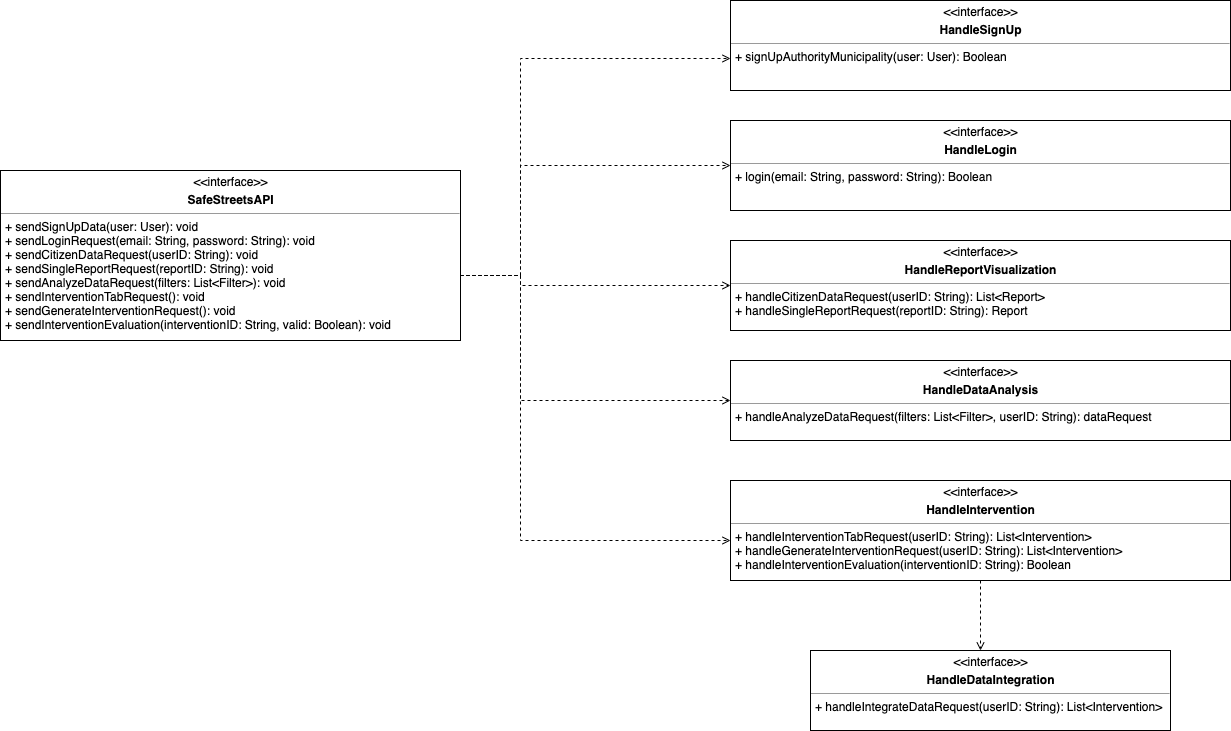
The draw.io diagram Documentation/DD/Images/MunicipalityComponentInterfaces.png in AndreaFalanti/FalantiHuang-SwEngineering2, before a commit. Source tidied: cells renumbered, new cells last; positions are measured from the earlier drawing's top-left corner, leaving out a move shared by most shapes. The source it was exported from:
```xml
<mxGraphModel background="#ffffff">
  <root>
    <mxCell id="0" />
    <mxCell id="1" parent="0" />
    <mxCell id="2" style="edgeStyle=orthogonalEdgeStyle;rounded=0;jettySize=auto;html=1;entryX=0;entryY=0.648;entryDx=0;entryDy=0;entryPerimeter=0;dashed=1;endArrow=open;endFill=0;" parent="1" edge="1" source="7" target="13">
      <mxGeometry relative="1" as="geometry">
        <Array as="points">
          <mxPoint x="520" y="275" />
          <mxPoint x="520" y="58" />
        </Array>
      </mxGeometry>
    </mxCell>
    <mxCell id="3" style="edgeStyle=orthogonalEdgeStyle;rounded=0;jettySize=auto;html=1;entryX=0;entryY=0.5;entryDx=0;entryDy=0;dashed=1;endArrow=open;endFill=0;" parent="1" edge="1" source="7" target="14">
      <mxGeometry relative="1" as="geometry">
        <Array as="points">
          <mxPoint x="520" y="275" />
          <mxPoint x="520" y="165" />
        </Array>
      </mxGeometry>
    </mxCell>
    <mxCell id="4" style="edgeStyle=orthogonalEdgeStyle;rounded=0;jettySize=auto;html=1;entryX=0;entryY=0.5;entryDx=0;entryDy=0;dashed=1;endArrow=open;endFill=0;" parent="1" edge="1" source="7" target="10">
      <mxGeometry relative="1" as="geometry">
        <Array as="points">
          <mxPoint x="520" y="275" />
          <mxPoint x="520" y="285" />
        </Array>
      </mxGeometry>
    </mxCell>
    <mxCell id="5" style="edgeStyle=orthogonalEdgeStyle;rounded=0;jettySize=auto;html=1;entryX=0;entryY=0.5;entryDx=0;entryDy=0;dashed=1;endArrow=open;endFill=0;" parent="1" edge="1" source="7" target="11">
      <mxGeometry relative="1" as="geometry">
        <Array as="points">
          <mxPoint x="520" y="275" />
          <mxPoint x="520" y="400" />
        </Array>
      </mxGeometry>
    </mxCell>
    <mxCell id="6" style="edgeStyle=orthogonalEdgeStyle;rounded=0;jettySize=auto;html=1;dashed=1;endArrow=open;endFill=0;" parent="1" edge="1" source="7" target="12">
      <mxGeometry relative="1" as="geometry">
        <Array as="points">
          <mxPoint x="520" y="275" />
          <mxPoint x="520" y="540" />
        </Array>
      </mxGeometry>
    </mxCell>
    <mxCell id="7" value="&lt;p style=&quot;margin: 4px 0px 0px ; text-align: center&quot;&gt;&amp;lt;&amp;lt;interface&amp;gt;&amp;gt;&lt;/p&gt;&lt;p style=&quot;margin: 4px 0px 0px ; text-align: center&quot;&gt;&lt;b&gt;SafeStreetsAPI&lt;/b&gt;&lt;/p&gt;&lt;hr size=&quot;1&quot;&gt;&lt;p style=&quot;margin: 0px ; margin-left: 4px&quot;&gt;&lt;span&gt;+ sendSignUpData(user: User): void&lt;/span&gt;&lt;/p&gt;&lt;p style=&quot;margin: 0px ; margin-left: 4px&quot;&gt;&lt;span&gt;+ sendLoginRequest(email: String, password: String): void&lt;/span&gt;&lt;/p&gt;&lt;p style=&quot;margin: 0px ; margin-left: 4px&quot;&gt;+ sendCitizenDataRequest(userID: String): void&lt;/p&gt;&lt;p style=&quot;margin: 0px ; margin-left: 4px&quot;&gt;+ sendSingleReportRequest(reportID: String): void&lt;/p&gt;&lt;p style=&quot;margin: 0px ; margin-left: 4px&quot;&gt;+ sendAnalyzeDataRequest(filters: List&amp;lt;Filter&amp;gt;): void&lt;/p&gt;&lt;p style=&quot;margin: 0px ; margin-left: 4px&quot;&gt;+ sendInterventionTabRequest(): void&lt;/p&gt;&lt;p style=&quot;margin: 0px ; margin-left: 4px&quot;&gt;+ sendGenerateInterventionRequest(): void&lt;/p&gt;&lt;p style=&quot;margin: 0px ; margin-left: 4px&quot;&gt;+ sendInterventionEvaluation(interventionID: String, valid: Boolean): void&lt;/p&gt;" style="verticalAlign=top;align=left;overflow=fill;fontSize=12;fontFamily=Helvetica;html=1;" parent="1" vertex="1">
      <mxGeometry y="170" width="460" height="170" as="geometry" />
    </mxCell>
    <mxCell id="8" value="&lt;p style=&quot;margin: 4px 0px 0px ; text-align: center&quot;&gt;&amp;lt;&amp;lt;interface&amp;gt;&amp;gt;&lt;/p&gt;&lt;p style=&quot;margin: 4px 0px 0px ; text-align: center&quot;&gt;&lt;b&gt;HandleDataIntegration&lt;/b&gt;&lt;/p&gt;&lt;hr size=&quot;1&quot;&gt;&lt;p style=&quot;margin: 0px 0px 0px 4px&quot;&gt;+ handleIntegrateDataRequest(userID: String): List&amp;lt;Intervention&amp;gt;&lt;/p&gt;&lt;div&gt;&lt;br&gt;&lt;/div&gt;" style="verticalAlign=top;align=left;overflow=fill;fontSize=12;fontFamily=Helvetica;html=1;" parent="1" vertex="1">
      <mxGeometry x="810" y="650" width="360" height="80" as="geometry" />
    </mxCell>
    <mxCell id="9" style="edgeStyle=orthogonalEdgeStyle;rounded=0;jettySize=auto;html=1;dashed=1;endArrow=open;endFill=0;" parent="1" edge="1" source="12" target="8">
      <mxGeometry relative="1" as="geometry">
        <Array as="points">
          <mxPoint x="980" y="630" />
          <mxPoint x="980" y="630" />
        </Array>
      </mxGeometry>
    </mxCell>
    <mxCell id="10" value="&lt;p style=&quot;margin: 4px 0px 0px ; text-align: center&quot;&gt;&amp;lt;&amp;lt;interface&amp;gt;&amp;gt;&lt;/p&gt;&lt;p style=&quot;margin: 4px 0px 0px ; text-align: center&quot;&gt;&lt;b&gt;HandleReportVisualization&lt;/b&gt;&lt;/p&gt;&lt;hr size=&quot;1&quot;&gt;&lt;p style=&quot;margin: 0px ; margin-left: 4px&quot;&gt;&lt;span&gt;+ handleCitizenDataRequest(userID: String): List&amp;lt;Report&amp;gt;&lt;/span&gt;&lt;/p&gt;&lt;p style=&quot;margin: 0px ; margin-left: 4px&quot;&gt;+ handleSingleReportRequest(reportID: String): Report&lt;span&gt;&lt;br&gt;&lt;/span&gt;&lt;/p&gt;" style="verticalAlign=top;align=left;overflow=fill;fontSize=12;fontFamily=Helvetica;html=1;" parent="1" vertex="1">
      <mxGeometry x="730" y="240" width="500" height="90" as="geometry" />
    </mxCell>
    <mxCell id="11" value="&lt;p style=&quot;margin: 4px 0px 0px ; text-align: center&quot;&gt;&amp;lt;&amp;lt;interface&amp;gt;&amp;gt;&lt;/p&gt;&lt;p style=&quot;margin: 4px 0px 0px ; text-align: center&quot;&gt;&lt;b&gt;HandleDataAnalysis&lt;/b&gt;&lt;/p&gt;&lt;hr size=&quot;1&quot;&gt;&lt;p style=&quot;margin: 0px 0px 0px 4px&quot;&gt;+ handleAnalyzeDataRequest(filters: List&amp;lt;Filter&amp;gt;, userID: String): dataRequest&lt;/p&gt;&lt;p style=&quot;margin: 0px ; margin-left: 4px&quot;&gt;&lt;br&gt;&lt;/p&gt;" style="verticalAlign=top;align=left;overflow=fill;fontSize=12;fontFamily=Helvetica;html=1;" parent="1" vertex="1">
      <mxGeometry x="730" y="360" width="500" height="80" as="geometry" />
    </mxCell>
    <mxCell id="12" value="&lt;p style=&quot;margin: 4px 0px 0px ; text-align: center&quot;&gt;&amp;lt;&amp;lt;interface&amp;gt;&amp;gt;&lt;/p&gt;&lt;p style=&quot;margin: 4px 0px 0px ; text-align: center&quot;&gt;&lt;b&gt;HandleIntervention&lt;/b&gt;&lt;/p&gt;&lt;hr size=&quot;1&quot;&gt;&lt;p style=&quot;margin: 0px 0px 0px 4px&quot;&gt;+ handleInterventionTabRequest(userID: String): List&amp;lt;Intervention&amp;gt;&lt;/p&gt;&lt;p style=&quot;margin: 0px 0px 0px 4px&quot;&gt;+ handleGenerateInterventionRequest(userID: String): List&amp;lt;Intervention&amp;gt;&lt;/p&gt;&lt;p style=&quot;margin: 0px 0px 0px 4px&quot;&gt;&lt;span&gt;+ handleInterventionEvaluation(interventionID: String): Boolean&lt;/span&gt;&lt;br&gt;&lt;/p&gt;" style="verticalAlign=top;align=left;overflow=fill;fontSize=12;fontFamily=Helvetica;html=1;" parent="1" vertex="1">
      <mxGeometry x="730" y="480" width="500" height="100" as="geometry" />
    </mxCell>
    <mxCell id="13" value="&lt;p style=&quot;margin: 4px 0px 0px ; text-align: center&quot;&gt;&amp;lt;&amp;lt;interface&amp;gt;&amp;gt;&lt;/p&gt;&lt;p style=&quot;margin: 4px 0px 0px ; text-align: center&quot;&gt;&lt;b&gt;HandleSignUp&lt;/b&gt;&lt;/p&gt;&lt;hr size=&quot;1&quot;&gt;&lt;p style=&quot;margin: 0px ; margin-left: 4px&quot;&gt;&lt;span&gt;+ signUpAuthorityMunicipality(user: User): Boolean&lt;/span&gt;&lt;br&gt;&lt;/p&gt;" style="verticalAlign=top;align=left;overflow=fill;fontSize=12;fontFamily=Helvetica;html=1;" parent="1" vertex="1">
      <mxGeometry x="730" width="500" height="90" as="geometry" />
    </mxCell>
    <mxCell id="14" value="&lt;p style=&quot;margin: 4px 0px 0px ; text-align: center&quot;&gt;&amp;lt;&amp;lt;interface&amp;gt;&amp;gt;&lt;/p&gt;&lt;p style=&quot;margin: 4px 0px 0px ; text-align: center&quot;&gt;&lt;b&gt;HandleLogin&lt;/b&gt;&lt;/p&gt;&lt;hr size=&quot;1&quot;&gt;&lt;p style=&quot;margin: 0px ; margin-left: 4px&quot;&gt;+ login(email: String, password: String): Boolean&lt;/p&gt;" style="verticalAlign=top;align=left;overflow=fill;fontSize=12;fontFamily=Helvetica;html=1;" parent="1" vertex="1">
      <mxGeometry x="730" y="120" width="500" height="90" as="geometry" />
    </mxCell>
  </root>
</mxGraphModel>
```
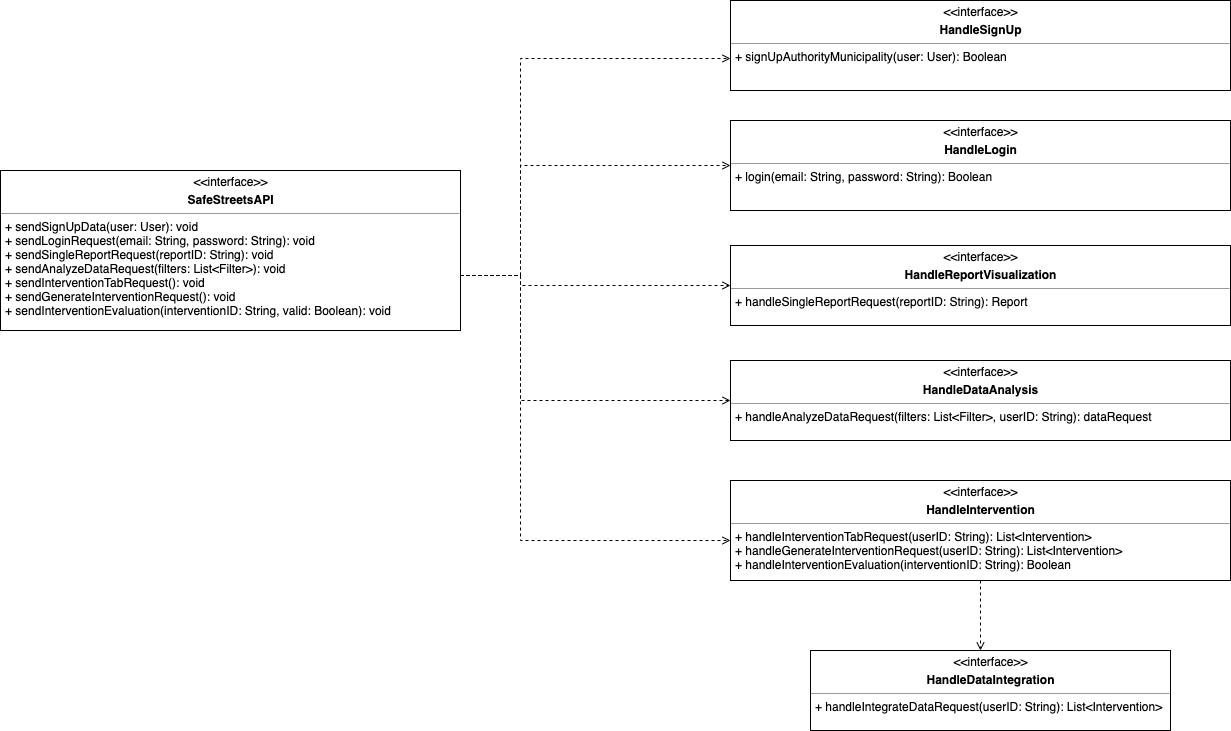
The same file after the commit.

The edit, as a diff of the source:
```diff
@@ -42,8 +42,8 @@
         </Array>
       </mxGeometry>
     </mxCell>
-    <mxCell id="7" value="&lt;p style=&quot;margin: 4px 0px 0px ; text-align: center&quot;&gt;&amp;lt;&amp;lt;interface&amp;gt;&amp;gt;&lt;/p&gt;&lt;p style=&quot;margin: 4px 0px 0px ; text-align: center&quot;&gt;&lt;b&gt;SafeStreetsAPI&lt;/b&gt;&lt;/p&gt;&lt;hr size=&quot;1&quot;&gt;&lt;p style=&quot;margin: 0px ; margin-left: 4px&quot;&gt;&lt;span&gt;+ sendSignUpData(user: User): void&lt;/span&gt;&lt;/p&gt;&lt;p style=&quot;margin: 0px ; margin-left: 4px&quot;&gt;&lt;span&gt;+ sendLoginRequest(email: String, password: String): void&lt;/span&gt;&lt;/p&gt;&lt;p style=&quot;margin: 0px ; margin-left: 4px&quot;&gt;+ sendCitizenDataRequest(userID: String): void&lt;/p&gt;&lt;p style=&quot;margin: 0px ; margin-left: 4px&quot;&gt;+ sendSingleReportRequest(reportID: String): void&lt;/p&gt;&lt;p style=&quot;margin: 0px ; margin-left: 4px&quot;&gt;+ sendAnalyzeDataRequest(filters: List&amp;lt;Filter&amp;gt;): void&lt;/p&gt;&lt;p style=&quot;margin: 0px ; margin-left: 4px&quot;&gt;+ sendInterventionTabRequest(): void&lt;/p&gt;&lt;p style=&quot;margin: 0px ; margin-left: 4px&quot;&gt;+ sendGenerateInterventionRequest(): void&lt;/p&gt;&lt;p style=&quot;margin: 0px ; margin-left: 4px&quot;&gt;+ sendInterventionEvaluation(interventionID: String, valid: Boolean): void&lt;/p&gt;" style="verticalAlign=top;align=left;overflow=fill;fontSize=12;fontFamily=Helvetica;html=1;" parent="1" vertex="1">
-      <mxGeometry y="170" width="460" height="170" as="geometry" />
+    <mxCell id="7" value="&lt;p style=&quot;margin: 4px 0px 0px ; text-align: center&quot;&gt;&amp;lt;&amp;lt;interface&amp;gt;&amp;gt;&lt;/p&gt;&lt;p style=&quot;margin: 4px 0px 0px ; text-align: center&quot;&gt;&lt;b&gt;SafeStreetsAPI&lt;/b&gt;&lt;/p&gt;&lt;hr size=&quot;1&quot;&gt;&lt;p style=&quot;margin: 0px ; margin-left: 4px&quot;&gt;&lt;span&gt;+ sendSignUpData(user: User): void&lt;/span&gt;&lt;/p&gt;&lt;p style=&quot;margin: 0px ; margin-left: 4px&quot;&gt;&lt;span&gt;+ sendLoginRequest(email: String, password: String): void&lt;/span&gt;&lt;/p&gt;&lt;p style=&quot;margin: 0px ; margin-left: 4px&quot;&gt;+ sendSingleReportRequest(reportID: String): void&lt;/p&gt;&lt;p style=&quot;margin: 0px ; margin-left: 4px&quot;&gt;+ sendAnalyzeDataRequest(filters: List&amp;lt;Filter&amp;gt;): void&lt;/p&gt;&lt;p style=&quot;margin: 0px ; margin-left: 4px&quot;&gt;+ sendInterventionTabRequest(): void&lt;/p&gt;&lt;p style=&quot;margin: 0px ; margin-left: 4px&quot;&gt;+ sendGenerateInterventionRequest(): void&lt;/p&gt;&lt;p style=&quot;margin: 0px ; margin-left: 4px&quot;&gt;+ sendInterventionEvaluation(interventionID: String, valid: Boolean): void&lt;/p&gt;" style="verticalAlign=top;align=left;overflow=fill;fontSize=12;fontFamily=Helvetica;html=1;" parent="1" vertex="1">
+      <mxGeometry y="170" width="460" height="160" as="geometry" />
     </mxCell>
     <mxCell id="8" value="&lt;p style=&quot;margin: 4px 0px 0px ; text-align: center&quot;&gt;&amp;lt;&amp;lt;interface&amp;gt;&amp;gt;&lt;/p&gt;&lt;p style=&quot;margin: 4px 0px 0px ; text-align: center&quot;&gt;&lt;b&gt;HandleDataIntegration&lt;/b&gt;&lt;/p&gt;&lt;hr size=&quot;1&quot;&gt;&lt;p style=&quot;margin: 0px 0px 0px 4px&quot;&gt;+ handleIntegrateDataRequest(userID: String): List&amp;lt;Intervention&amp;gt;&lt;/p&gt;&lt;div&gt;&lt;br&gt;&lt;/div&gt;" style="verticalAlign=top;align=left;overflow=fill;fontSize=12;fontFamily=Helvetica;html=1;" parent="1" vertex="1">
       <mxGeometry x="810" y="650" width="360" height="80" as="geometry" />
@@ -56,8 +56,8 @@
         </Array>
       </mxGeometry>
     </mxCell>
-    <mxCell id="10" value="&lt;p style=&quot;margin: 4px 0px 0px ; text-align: center&quot;&gt;&amp;lt;&amp;lt;interface&amp;gt;&amp;gt;&lt;/p&gt;&lt;p style=&quot;margin: 4px 0px 0px ; text-align: center&quot;&gt;&lt;b&gt;HandleReportVisualization&lt;/b&gt;&lt;/p&gt;&lt;hr size=&quot;1&quot;&gt;&lt;p style=&quot;margin: 0px ; margin-left: 4px&quot;&gt;&lt;span&gt;+ handleCitizenDataRequest(userID: String): List&amp;lt;Report&amp;gt;&lt;/span&gt;&lt;/p&gt;&lt;p style=&quot;margin: 0px ; margin-left: 4px&quot;&gt;+ handleSingleReportRequest(reportID: String): Report&lt;span&gt;&lt;br&gt;&lt;/span&gt;&lt;/p&gt;" style="verticalAlign=top;align=left;overflow=fill;fontSize=12;fontFamily=Helvetica;html=1;" parent="1" vertex="1">
-      <mxGeometry x="730" y="240" width="500" height="90" as="geometry" />
+    <mxCell id="10" value="&lt;p style=&quot;margin: 4px 0px 0px ; text-align: center&quot;&gt;&amp;lt;&amp;lt;interface&amp;gt;&amp;gt;&lt;/p&gt;&lt;p style=&quot;margin: 4px 0px 0px ; text-align: center&quot;&gt;&lt;b&gt;HandleReportVisualization&lt;/b&gt;&lt;/p&gt;&lt;hr size=&quot;1&quot;&gt;&lt;p style=&quot;margin: 0px ; margin-left: 4px&quot;&gt;&lt;span&gt;+ handleSingleReportRequest(reportID: String): Report&lt;/span&gt;&lt;br&gt;&lt;/p&gt;" style="verticalAlign=top;align=left;overflow=fill;fontSize=12;fontFamily=Helvetica;html=1;" parent="1" vertex="1">
+      <mxGeometry x="730" y="245" width="500" height="80" as="geometry" />
     </mxCell>
     <mxCell id="11" value="&lt;p style=&quot;margin: 4px 0px 0px ; text-align: center&quot;&gt;&amp;lt;&amp;lt;interface&amp;gt;&amp;gt;&lt;/p&gt;&lt;p style=&quot;margin: 4px 0px 0px ; text-align: center&quot;&gt;&lt;b&gt;HandleDataAnalysis&lt;/b&gt;&lt;/p&gt;&lt;hr size=&quot;1&quot;&gt;&lt;p style=&quot;margin: 0px 0px 0px 4px&quot;&gt;+ handleAnalyzeDataRequest(filters: List&amp;lt;Filter&amp;gt;, userID: String): dataRequest&lt;/p&gt;&lt;p style=&quot;margin: 0px ; margin-left: 4px&quot;&gt;&lt;br&gt;&lt;/p&gt;" style="verticalAlign=top;align=left;overflow=fill;fontSize=12;fontFamily=Helvetica;html=1;" parent="1" vertex="1">
       <mxGeometry x="730" y="360" width="500" height="80" as="geometry" />
```
